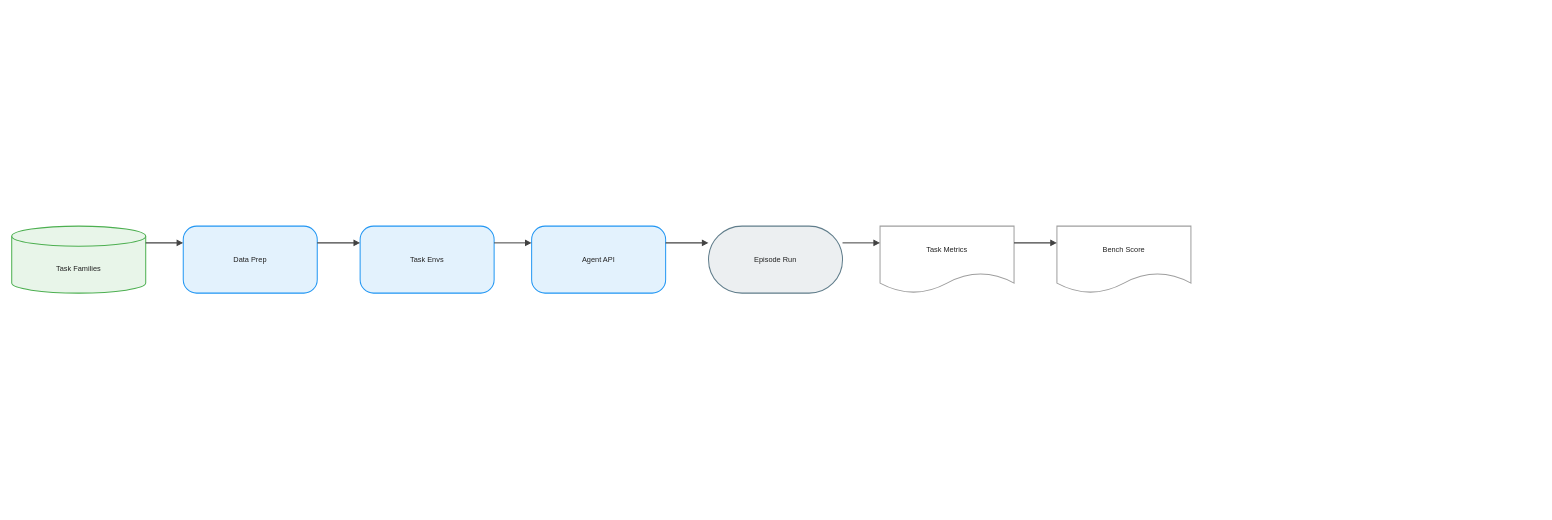
Earlier version of the draw.io diagram drawio/DefenderBench/DefenderBench.en.drawio (joe1chief/benchmark-hub). Source tidied: cells renumbered, new cells numbered last; positions are measured from the earlier drawing's top-left corner, leaving out a move shared by most shapes. Both pictures are drawn from the tidied source at 67%, with x=0, y=0 at pixel (11, 226).
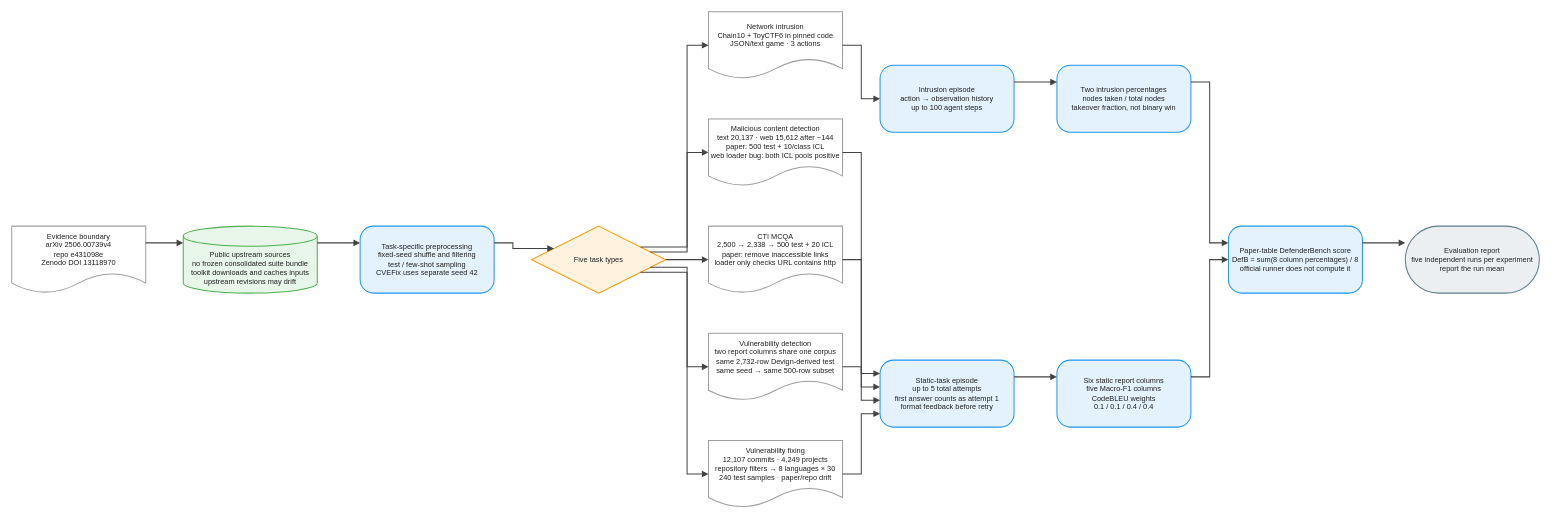
The same page after the edit.

The edit, as a diff of the source:
```diff
@@
-    <mxCell id="2" value="Task Families" style="shape=cylinder3;boundedLbl=1;backgroundOutline=1;size=15;html=1;whiteSpace=wrap;fillColor=#E8F5E9;strokeColor=#4CAF50;strokeWidth=1.5;fontColor=#212121;fontSize=11;fontFamily=Arial, Helvetica, sans-serif;verticalAlign=middle;align=center;" parent="1" vertex="1">
+    <mxCell id="2" value="Evidence boundary&#10;arXiv 2506.00739v4&#10;repo e431098e&#10;Zenodo DOI 13118970" style="shape=document;boundedLbl=1;html=0;convertToSvg=1;whiteSpace=wrap;fillColor=#FFFFFF;strokeColor=#9E9E9E;strokeWidth=1.5;fontColor=#212121;fontSize=11;fontFamily=Arial, Helvetica, sans-serif;verticalAlign=middle;align=center;" parent="1" vertex="1">
       <mxGeometry width="200" height="100" as="geometry" />
     </mxCell>
-    <mxCell id="3" value="Data Prep" style="rounded=1;arcSize=20;html=1;whiteSpace=wrap;fillColor=#E3F2FD;strokeColor=#2196F3;strokeWidth=1.5;fontColor=#212121;fontSize=11;fontFamily=Arial, Helvetica, sans-serif;verticalAlign=middle;align=center;" parent="1" vertex="1">
+    <mxCell id="3" value="Public upstream sources&#10;no frozen consolidated suite bundle&#10;toolkit downloads and caches inputs&#10;upstream revisions may drift" style="shape=cylinder3;boundedLbl=1;backgroundOutline=1;size=15;html=0;convertToSvg=1;whiteSpace=wrap;fillColor=#E8F5E9;strokeColor=#4CAF50;strokeWidth=1.5;fontColor=#212121;fontSize=11;fontFamily=Arial, Helvetica, sans-serif;verticalAlign=middle;align=center;" parent="1" vertex="1">
       <mxGeometry x="256" width="200" height="100" as="geometry" />
     </mxCell>
-    <mxCell id="4" value="Task Envs" style="rounded=1;arcSize=20;html=1;whiteSpace=wrap;fillColor=#E3F2FD;strokeColor=#2196F3;strokeWidth=1.5;fontColor=#212121;fontSize=11;fontFamily=Arial, Helvetica, sans-serif;verticalAlign=middle;align=center;" parent="1" vertex="1">
+    <mxCell id="4" value="Task-specific preprocessing&#10;fixed-seed shuffle and filtering&#10;test / few-shot sampling&#10;CVEFix uses separate seed 42" style="rounded=1;arcSize=20;html=0;convertToSvg=1;whiteSpace=wrap;fillColor=#E3F2FD;strokeColor=#2196F3;strokeWidth=1.5;fontColor=#212121;fontSize=11;fontFamily=Arial, Helvetica, sans-serif;verticalAlign=middle;align=center;" parent="1" vertex="1">
       <mxGeometry x="520" width="200" height="100" as="geometry" />
     </mxCell>
-    <mxCell id="5" value="Agent API" style="rounded=1;arcSize=20;html=1;whiteSpace=wrap;fillColor=#E3F2FD;strokeColor=#2196F3;strokeWidth=1.5;fontColor=#212121;fontSize=11;fontFamily=Arial, Helvetica, sans-serif;verticalAlign=middle;align=center;" parent="1" vertex="1">
+    <mxCell id="5" value="Five task types" style="rhombus;html=0;convertToSvg=1;whiteSpace=wrap;fillColor=#FFF3E0;strokeColor=#FF9800;strokeWidth=1.5;fontColor=#212121;fontSize=11;fontFamily=Arial, Helvetica, sans-serif;verticalAlign=middle;align=center;" parent="1" vertex="1">
       <mxGeometry x="776" width="200" height="100" as="geometry" />
     </mxCell>
-    <mxCell id="6" value="Episode Run" style="rounded=1;arcSize=50;html=1;whiteSpace=wrap;fillColor=#ECEFF1;strokeColor=#607D8B;strokeWidth=1.5;fontColor=#212121;fontSize=11;fontFamily=Arial, Helvetica, sans-serif;verticalAlign=middle;align=center;" parent="1" vertex="1">
-      <mxGeometry x="1040" width="200" height="100" as="geometry" />
+    <mxCell id="6" value="Network intrusion&#10;Chain10 + ToyCTF6 in pinned code&#10;JSON/text game · 3 actions" style="shape=document;boundedLbl=1;html=0;convertToSvg=1;whiteSpace=wrap;fillColor=#FFFFFF;strokeColor=#9E9E9E;strokeWidth=1.5;fontColor=#212121;fontSize=11;fontFamily=Arial, Helvetica, sans-serif;verticalAlign=middle;align=center;" parent="1" vertex="1">
+      <mxGeometry x="1040" y="-320" width="200" height="100" as="geometry" />
     </mxCell>
-    <mxCell id="7" value="Task Metrics" style="shape=document;boundedLbl=1;html=1;whiteSpace=wrap;fillColor=#FFFFFF;strokeColor=#9E9E9E;strokeWidth=1.5;fontColor=#212121;fontSize=11;fontFamily=Arial, Helvetica, sans-serif;verticalAlign=middle;align=center;" parent="1" vertex="1">
-      <mxGeometry x="1296" width="200" height="100" as="geometry" />
+    <mxCell id="7" value="Malicious content detection&#10;text 20,137 · web 15,612 after −144&#10;paper: 500 test + 10/class ICL&#10;web loader bug: both ICL pools positive" style="shape=document;boundedLbl=1;html=0;convertToSvg=1;whiteSpace=wrap;fillColor=#FFFFFF;strokeColor=#9E9E9E;strokeWidth=1.5;fontColor=#212121;fontSize=11;fontFamily=Arial, Helvetica, sans-serif;verticalAlign=middle;align=center;" parent="1" vertex="1">
+      <mxGeometry x="1040" y="-160" width="200" height="100" as="geometry" />
     </mxCell>
-    <mxCell id="8" value="Bench Score" style="shape=document;boundedLbl=1;html=1;whiteSpace=wrap;fillColor=#FFFFFF;strokeColor=#9E9E9E;strokeWidth=1.5;fontColor=#212121;fontSize=11;fontFamily=Arial, Helvetica, sans-serif;verticalAlign=middle;align=center;" parent="1" vertex="1">
-      <mxGeometry x="1560" width="200" height="100" as="geometry" />
+    <mxCell id="8" value="CTI MCQA&#10;2,500 → 2,338 → 500 test + 20 ICL&#10;paper: remove inaccessible links&#10;loader only checks URL contains http" style="shape=document;boundedLbl=1;html=0;convertToSvg=1;whiteSpace=wrap;fillColor=#FFFFFF;strokeColor=#9E9E9E;strokeWidth=1.5;fontColor=#212121;fontSize=11;fontFamily=Arial, Helvetica, sans-serif;verticalAlign=middle;align=center;" parent="1" vertex="1">
+      <mxGeometry x="1040" width="200" height="100" as="geometry" />
     </mxCell>
-    <mxCell id="9" style="edgeStyle=orthogonalEdgeStyle;rounded=0;jettySize=auto;html=1;strokeColor=#424242;strokeWidth=1.5;endArrow=block;endFill=1;exitX=1;exitY=0.25;exitDx=0;exitDy=0;entryX=0;entryY=0.25;entryDx=0;entryDy=0;jumpStyle=arc;jumpSize=8;" parent="1" edge="1" source="2" target="3">
-      <mxGeometry relative="1" as="geometry" />
+    <mxCell id="9" value="Vulnerability detection&#10;two report columns share one corpus&#10;same 2,732-row Devign-derived test&#10;same seed → same 500-row subset" style="shape=document;boundedLbl=1;html=0;convertToSvg=1;whiteSpace=wrap;fillColor=#FFFFFF;strokeColor=#9E9E9E;strokeWidth=1.5;fontColor=#212121;fontSize=11;fontFamily=Arial, Helvetica, sans-serif;verticalAlign=middle;align=center;" parent="1" vertex="1">
+      <mxGeometry x="1040" y="160" width="200" height="100" as="geometry" />
     </mxCell>
-    <mxCell id="10" style="edgeStyle=orthogonalEdgeStyle;rounded=0;jettySize=auto;html=1;strokeColor=#424242;strokeWidth=1.5;endArrow=block;endFill=1;exitX=1;exitY=0.25;exitDx=0;exitDy=0;entryX=0;entryY=0.25;entryDx=0;entryDy=0;jumpStyle=arc;jumpSize=8;" parent="1" edge="1" source="3" target="4">
-      <mxGeometry relative="1" as="geometry" />
+    <mxCell id="10" value="Vulnerability fixing&#10;12,107 commits · 4,249 projects&#10;repository filters → 8 languages × 30&#10;240 test samples · paper/repo drift" style="shape=document;boundedLbl=1;html=0;convertToSvg=1;whiteSpace=wrap;fillColor=#FFFFFF;strokeColor=#9E9E9E;strokeWidth=1.5;fontColor=#212121;fontSize=11;fontFamily=Arial, Helvetica, sans-serif;verticalAlign=middle;align=center;" parent="1" vertex="1">
+      <mxGeometry x="1040" y="320" width="200" height="100" as="geometry" />
     </mxCell>
-    <mxCell id="11" style="edgeStyle=orthogonalEdgeStyle;rounded=0;jettySize=auto;html=1;strokeColor=#424242;strokeWidth=1.5;endArrow=block;endFill=1;exitX=1;exitY=0.25;exitDx=0;exitDy=0;entryX=0;entryY=0.25;entryDx=0;entryDy=0;jumpStyle=arc;jumpSize=8;" parent="1" edge="1" source="4" target="5">
-      <mxGeometry relative="1" as="geometry" />
+    <mxCell id="11" value="Intrusion episode&#10;action → observation history&#10;up to 100 agent steps" style="rounded=1;arcSize=20;html=0;convertToSvg=1;whiteSpace=wrap;fillColor=#E3F2FD;strokeColor=#2196F3;strokeWidth=1.5;fontColor=#212121;fontSize=11;fontFamily=Arial, Helvetica, sans-serif;verticalAlign=middle;align=center;" parent="1" vertex="1">
+      <mxGeometry x="1296" y="-240" width="200" height="100" as="geometry" />
     </mxCell>
-    <mxCell id="12" style="edgeStyle=orthogonalEdgeStyle;rounded=0;jettySize=auto;html=1;strokeColor=#424242;strokeWidth=1.5;endArrow=block;endFill=1;exitX=1;exitY=0.25;exitDx=0;exitDy=0;entryX=0;entryY=0.25;entryDx=0;entryDy=0;jumpStyle=arc;jumpSize=8;" parent="1" edge="1" source="5" target="6">
-      <mxGeometry relative="1" as="geometry" />
+    <mxCell id="12" value="Static-task episode&#10;up to 5 total attempts&#10;first answer counts as attempt 1&#10;format feedback before retry" style="rounded=1;arcSize=20;html=0;convertToSvg=1;whiteSpace=wrap;fillColor=#E3F2FD;strokeColor=#2196F3;strokeWidth=1.5;fontColor=#212121;fontSize=11;fontFamily=Arial, Helvetica, sans-serif;verticalAlign=middle;align=center;" parent="1" vertex="1">
+      <mxGeometry x="1296" y="200" width="200" height="100" as="geometry" />
     </mxCell>
-    <mxCell id="13" style="edgeStyle=orthogonalEdgeStyle;rounded=0;jettySize=auto;html=1;strokeColor=#424242;strokeWidth=1.5;endArrow=block;endFill=1;exitX=1;exitY=0.25;exitDx=0;exitDy=0;entryX=0;entryY=0.25;entryDx=0;entryDy=0;jumpStyle=arc;jumpSize=8;" parent="1" edge="1" source="6" target="7">
-      <mxGeometry relative="1" as="geometry" />
+    <mxCell id="13" value="Two intrusion percentages&#10;nodes taken / total nodes&#10;takeover fraction, not binary win" style="rounded=1;arcSize=20;html=0;convertToSvg=1;whiteSpace=wrap;fillColor=#E3F2FD;strokeColor=#2196F3;strokeWidth=1.5;fontColor=#212121;fontSize=11;fontFamily=Arial, Helvetica, sans-serif;verticalAlign=middle;align=center;" parent="1" vertex="1">
+      <mxGeometry x="1560" y="-240" width="200" height="100" as="geometry" />
     </mxCell>
-    <mxCell id="14" style="edgeStyle=orthogonalEdgeStyle;rounded=0;jettySize=auto;html=1;strokeColor=#424242;strokeWidth=1.5;endArrow=block;endFill=1;exitX=1;exitY=0.25;exitDx=0;exitDy=0;entryX=0;entryY=0.25;entryDx=0;entryDy=0;jumpStyle=arc;jumpSize=8;" parent="1" edge="1" source="7" target="8">
-      <mxGeometry relative="1" as="geometry" />
+    <mxCell id="14" value="Six static report columns&#10;five Macro-F1 columns&#10;CodeBLEU weights&#10;0.1 / 0.1 / 0.4 / 0.4" style="rounded=1;arcSize=20;html=0;convertToSvg=1;whiteSpace=wrap;fillColor=#E3F2FD;strokeColor=#2196F3;strokeWidth=1.5;fontColor=#212121;fontSize=11;fontFamily=Arial, Helvetica, sans-serif;verticalAlign=middle;align=center;" parent="1" vertex="1">
+      <mxGeometry x="1560" y="200" width="200" height="100" as="geometry" />
     </mxCell>
+    <mxCell id="15" value="Paper-table DefenderBench score&#10;DefB = sum(8 column percentages) / 8&#10;official runner does not compute it" style="rounded=1;arcSize=20;html=0;convertToSvg=1;whiteSpace=wrap;fillColor=#E3F2FD;strokeColor=#2196F3;strokeWidth=1.5;fontColor=#212121;fontSize=11;fontFamily=Arial, Helvetica, sans-serif;verticalAlign=middle;align=center;" parent="1" vertex="1">
+      <mxGeometry x="1816" width="200" height="100" as="geometry" />
+    </mxCell>
+    <mxCell id="16" value="Evaluation report&#10;five independent runs per experiment&#10;report the run mean" style="rounded=1;arcSize=50;html=0;convertToSvg=1;whiteSpace=wrap;fillColor=#ECEFF1;strokeColor=#607D8B;strokeWidth=1.5;fontColor=#212121;fontSize=11;fontFamily=Arial, Helvetica, sans-serif;verticalAlign=middle;align=center;" parent="1" vertex="1">
+      <mxGeometry x="2080" width="200" height="100" as="geometry" />
+    </mxCell>
+    <mxCell id="17" style="edgeStyle=orthogonalEdgeStyle;rounded=0;jettySize=auto;html=0;convertToSvg=1;strokeColor=#424242;strokeWidth=1.5;endArrow=block;endFill=1;exitX=1;exitY=0.25;exitDx=0;exitDy=0;entryX=0;entryY=0.25;entryDx=0;entryDy=0;jumpStyle=arc;jumpSize=8;" parent="1" edge="1" source="2" target="3">
+      <mxGeometry relative="1" as="geometry" />
+    </mxCell>
+    <mxCell id="18" style="edgeStyle=orthogonalEdgeStyle;rounded=0;jettySize=auto;html=0;convertToSvg=1;strokeColor=#424242;strokeWidth=1.5;endArrow=block;endFill=1;exitX=1;exitY=0.25;exitDx=0;exitDy=0;entryX=0;entryY=0.25;entryDx=0;entryDy=0;jumpStyle=arc;jumpSize=8;" parent="1" edge="1" source="3" target="4">
+      <mxGeometry relative="1" as="geometry" />
+    </mxCell>
+    <mxCell id="19" style="edgeStyle=orthogonalEdgeStyle;rounded=0;jettySize=auto;html=0;convertToSvg=1;strokeColor=#424242;strokeWidth=1.5;endArrow=block;endFill=1;exitX=1;exitY=0.25;exitDx=0;exitDy=0;entryX=0;entryY=0.25;entryDx=0;entryDy=0;jumpStyle=arc;jumpSize=8;" parent="1" edge="1" source="4" target="5">
+      <mxGeometry relative="1" as="geometry" />
+    </mxCell>
+    <mxCell id="20" style="edgeStyle=orthogonalEdgeStyle;rounded=0;jettySize=auto;html=0;convertToSvg=1;strokeColor=#424242;strokeWidth=1.5;endArrow=block;endFill=1;exitX=1;exitY=0.2;exitDx=0;exitDy=0;entryX=0;entryY=0.5;entryDx=0;entryDy=0;jumpStyle=arc;jumpSize=8;" parent="1" edge="1" source="5" target="6">
+      <mxGeometry relative="1" as="geometry" />
+    </mxCell>
+    <mxCell id="21" style="edgeStyle=orthogonalEdgeStyle;rounded=0;jettySize=auto;html=0;convertToSvg=1;strokeColor=#424242;strokeWidth=1.5;endArrow=block;endFill=1;exitX=1;exitY=0.35;exitDx=0;exitDy=0;entryX=0;entryY=0.5;entryDx=0;entryDy=0;jumpStyle=arc;jumpSize=8;" parent="1" edge="1" source="5" target="7">
+      <mxGeometry relative="1" as="geometry" />
+    </mxCell>
+    <mxCell id="22" style="edgeStyle=orthogonalEdgeStyle;rounded=0;jettySize=auto;html=0;convertToSvg=1;strokeColor=#424242;strokeWidth=1.5;endArrow=block;endFill=1;exitX=1;exitY=0.5;exitDx=0;exitDy=0;entryX=0;entryY=0.5;entryDx=0;entryDy=0;jumpStyle=arc;jumpSize=8;" parent="1" edge="1" source="5" target="8">
+      <mxGeometry relative="1" as="geometry" />
+    </mxCell>
+    <mxCell id="23" style="edgeStyle=orthogonalEdgeStyle;rounded=0;jettySize=auto;html=0;convertToSvg=1;strokeColor=#424242;strokeWidth=1.5;endArrow=block;endFill=1;exitX=1;exitY=0.65;exitDx=0;exitDy=0;entryX=0;entryY=0.5;entryDx=0;entryDy=0;jumpStyle=arc;jumpSize=8;" parent="1" edge="1" source="5" target="9">
+      <mxGeometry relative="1" as="geometry" />
+    </mxCell>
+    <mxCell id="24" style="edgeStyle=orthogonalEdgeStyle;rounded=0;jettySize=auto;html=0;convertToSvg=1;strokeColor=#424242;strokeWidth=1.5;endArrow=block;endFill=1;exitX=1;exitY=0.8;exitDx=0;exitDy=0;entryX=0;entryY=0.5;entryDx=0;entryDy=0;jumpStyle=arc;jumpSize=8;" parent="1" edge="1" source="5" target="10">
+      <mxGeometry relative="1" as="geometry" />
+    </mxCell>
+    <mxCell id="25" style="edgeStyle=orthogonalEdgeStyle;rounded=0;jettySize=auto;html=0;convertToSvg=1;strokeColor=#424242;strokeWidth=1.5;endArrow=block;endFill=1;exitX=1;exitY=0.5;exitDx=0;exitDy=0;entryX=0;entryY=0.5;entryDx=0;entryDy=0;jumpStyle=arc;jumpSize=8;" parent="1" edge="1" source="6" target="11">
+      <mxGeometry relative="1" as="geometry" />
+    </mxCell>
+    <mxCell id="26" style="edgeStyle=orthogonalEdgeStyle;rounded=0;jettySize=auto;html=0;convertToSvg=1;strokeColor=#424242;strokeWidth=1.5;endArrow=block;endFill=1;exitX=1;exitY=0.5;exitDx=0;exitDy=0;entryX=0;entryY=0.2;entryDx=0;entryDy=0;jumpStyle=arc;jumpSize=8;" parent="1" edge="1" source="7" target="12">
+      <mxGeometry relative="1" as="geometry" />
+    </mxCell>
+    <mxCell id="27" style="edgeStyle=orthogonalEdgeStyle;rounded=0;jettySize=auto;html=0;convertToSvg=1;strokeColor=#424242;strokeWidth=1.5;endArrow=block;endFill=1;exitX=1;exitY=0.5;exitDx=0;exitDy=0;entryX=0;entryY=0.4;entryDx=0;entryDy=0;jumpStyle=arc;jumpSize=8;" parent="1" edge="1" source="8" target="12">
+      <mxGeometry relative="1" as="geometry" />
+    </mxCell>
+    <mxCell id="28" style="edgeStyle=orthogonalEdgeStyle;rounded=0;jettySize=auto;html=0;convertToSvg=1;strokeColor=#424242;strokeWidth=1.5;endArrow=block;endFill=1;exitX=1;exitY=0.5;exitDx=0;exitDy=0;entryX=0;entryY=0.6;entryDx=0;entryDy=0;jumpStyle=arc;jumpSize=8;" parent="1" edge="1" source="9" target="12">
+      <mxGeometry relative="1" as="geometry" />
+    </mxCell>
+    <mxCell id="29" style="edgeStyle=orthogonalEdgeStyle;rounded=0;jettySize=auto;html=0;convertToSvg=1;strokeColor=#424242;strokeWidth=1.5;endArrow=block;endFill=1;exitX=1;exitY=0.5;exitDx=0;exitDy=0;entryX=0;entryY=0.8;entryDx=0;entryDy=0;jumpStyle=arc;jumpSize=8;" parent="1" edge="1" source="10" target="12">
+      <mxGeometry relative="1" as="geometry" />
+    </mxCell>
+    <mxCell id="30" style="edgeStyle=orthogonalEdgeStyle;rounded=0;jettySize=auto;html=0;convertToSvg=1;strokeColor=#424242;strokeWidth=1.5;endArrow=block;endFill=1;exitX=1;exitY=0.25;exitDx=0;exitDy=0;entryX=0;entryY=0.25;entryDx=0;entryDy=0;jumpStyle=arc;jumpSize=8;" parent="1" edge="1" source="11" target="13">
+      <mxGeometry relative="1" as="geometry" />
+    </mxCell>
+    <mxCell id="31" style="edgeStyle=orthogonalEdgeStyle;rounded=0;jettySize=auto;html=0;convertToSvg=1;strokeColor=#424242;strokeWidth=1.5;endArrow=block;endFill=1;exitX=1;exitY=0.25;exitDx=0;exitDy=0;entryX=0;entryY=0.25;entryDx=0;entryDy=0;jumpStyle=arc;jumpSize=8;" parent="1" edge="1" source="12" target="14">
+      <mxGeometry relative="1" as="geometry" />
+    </mxCell>
+    <mxCell id="32" style="edgeStyle=orthogonalEdgeStyle;rounded=0;jettySize=auto;html=0;convertToSvg=1;strokeColor=#424242;strokeWidth=1.5;endArrow=block;endFill=1;exitX=1;exitY=0.25;exitDx=0;exitDy=0;entryX=0;entryY=0.25;entryDx=0;entryDy=0;jumpStyle=arc;jumpSize=8;" parent="1" edge="1" source="13" target="15">
+      <mxGeometry relative="1" as="geometry" />
+    </mxCell>
+    <mxCell id="33" style="edgeStyle=orthogonalEdgeStyle;rounded=0;jettySize=auto;html=0;convertToSvg=1;strokeColor=#424242;strokeWidth=1.5;endArrow=block;endFill=1;exitX=1;exitY=0.25;exitDx=0;exitDy=0;entryX=0;entryY=0.5;entryDx=0;entryDy=0;jumpStyle=arc;jumpSize=8;" parent="1" edge="1" source="14" target="15">
+      <mxGeometry relative="1" as="geometry" />
+    </mxCell>
+    <mxCell id="34" style="edgeStyle=orthogonalEdgeStyle;rounded=0;jettySize=auto;html=0;convertToSvg=1;strokeColor=#424242;strokeWidth=1.5;endArrow=block;endFill=1;exitX=1;exitY=0.25;exitDx=0;exitDy=0;entryX=0;entryY=0.25;entryDx=0;entryDy=0;jumpStyle=arc;jumpSize=8;" parent="1" edge="1" source="15" target="16">
+      <mxGeometry relative="1" as="geometry" />
+    </mxCell>
```
